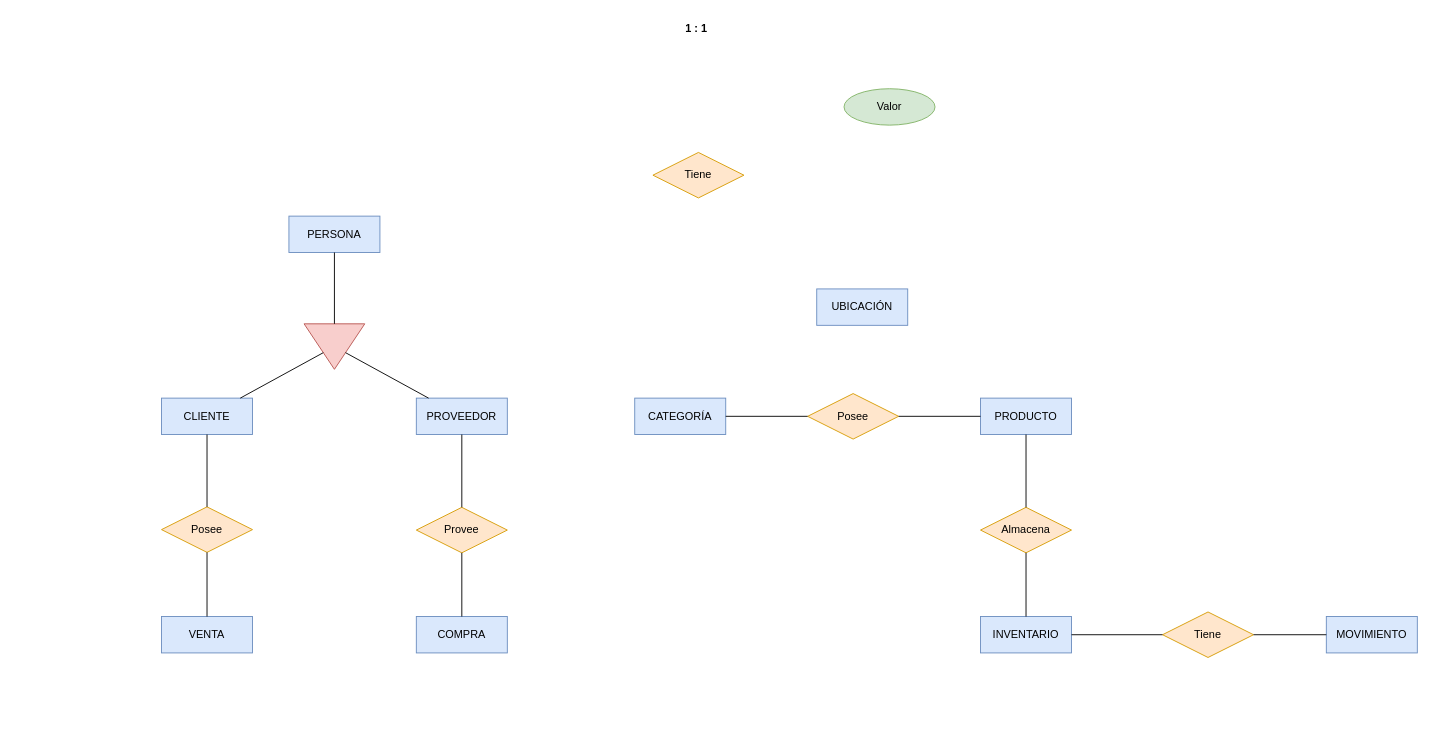
Before: DiagramaERD_Inventario.drawio in AngelDavidStudios/Diagramas_BdD_1, a draw.io diagram. Source tidied: cells renumbered, new cells numbered last; positions are measured from the earlier drawing's top-left corner, leaving out a move shared by most shapes. Both pictures are drawn from the tidied source at 91%, with x=0, y=0 at pixel (161, 15).
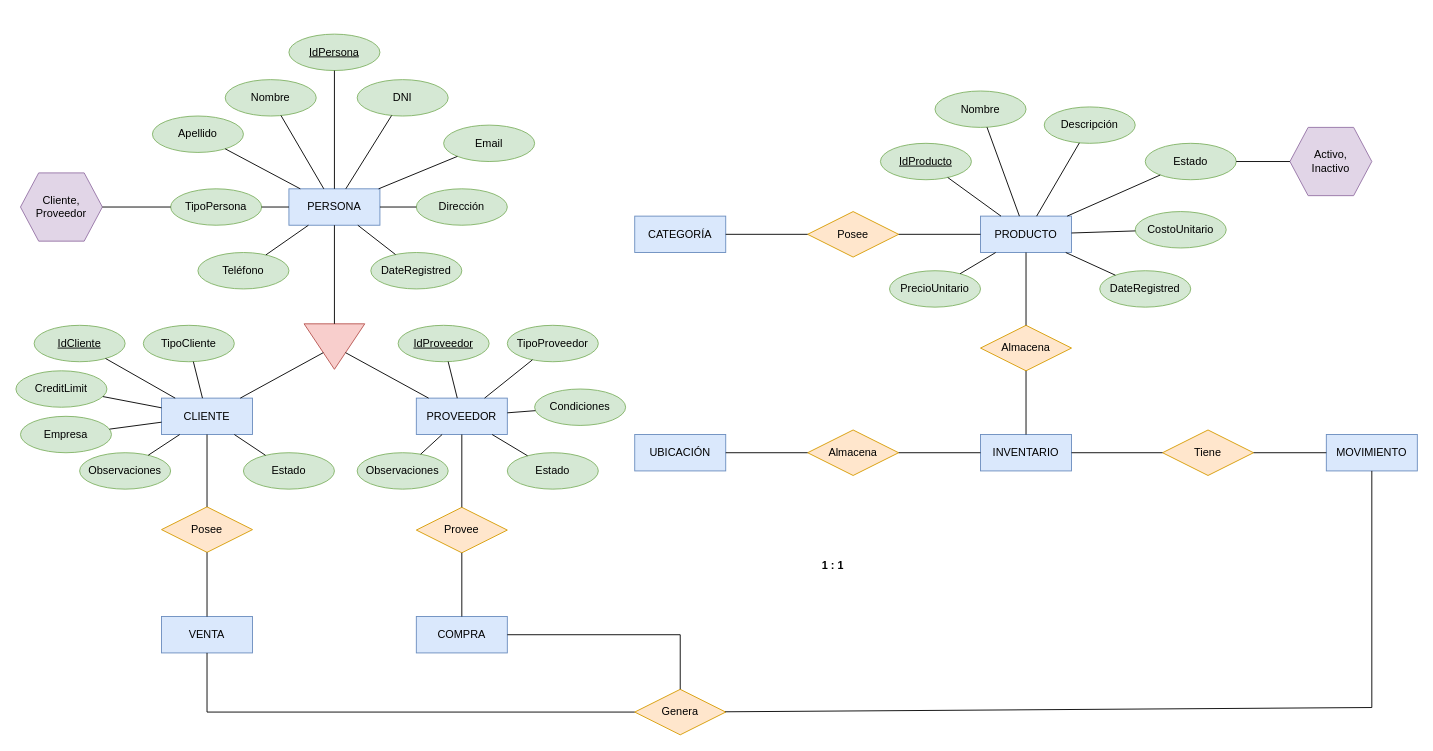
The same page after the edit.

Unchanged cells that the change refers to:
```xml
<mxCell id="6" value="CLIENTE" style="whiteSpace=wrap;html=1;align=center;fillColor=#dae8fc;strokeColor=#6c8ebf;" parent="1" vertex="1">
  <mxGeometry y="420" width="100" height="40" as="geometry" />
</mxCell>
<mxCell id="7" value="PROVEEDOR" style="whiteSpace=wrap;html=1;align=center;fillColor=#dae8fc;strokeColor=#6c8ebf;" parent="1" vertex="1">
  <mxGeometry x="280" y="420" width="100" height="40" as="geometry" />
</mxCell>
<mxCell id="13" value="COMPRA" style="whiteSpace=wrap;html=1;align=center;fillColor=#dae8fc;strokeColor=#6c8ebf;" parent="1" vertex="1">
  <mxGeometry x="280" y="660" width="100" height="40" as="geometry" />
</mxCell>
<mxCell id="14" value="VENTA" style="whiteSpace=wrap;html=1;align=center;fillColor=#dae8fc;strokeColor=#6c8ebf;" parent="1" vertex="1">
  <mxGeometry y="660" width="100" height="40" as="geometry" />
</mxCell>
```

Change to the diagram source:
```diff
@@
     <mxCell id="2" value="PERSONA" style="whiteSpace=wrap;html=1;align=center;fillColor=#dae8fc;strokeColor=#6c8ebf;" parent="1" vertex="1">
-      <mxGeometry x="140" y="220" width="100" height="40" as="geometry" />
+      <mxGeometry x="140" y="190" width="100" height="40" as="geometry" />
     </mxCell>
-    <mxCell id="3" value="Tiene" style="shape=rhombus;perimeter=rhombusPerimeter;whiteSpace=wrap;html=1;align=center;fillColor=#ffe6cc;strokeColor=#d79b00;" parent="1" vertex="1">
-      <mxGeometry x="540" y="150" width="100" height="50" as="geometry" />
+    <mxCell id="3" value="Almacena" style="shape=rhombus;perimeter=rhombusPerimeter;whiteSpace=wrap;html=1;align=center;fillColor=#ffe6cc;strokeColor=#d79b00;" parent="1" vertex="1">
+      <mxGeometry x="710" y="455" width="100" height="50" as="geometry" />
     </mxCell>
     <mxCell id="4" value="&lt;b&gt;1 : 1&lt;/b&gt;" style="text;strokeColor=none;fillColor=none;spacingLeft=4;spacingRight=4;overflow=hidden;fontSize=12;whiteSpace=wrap;html=1;" parent="1" vertex="1">
-      <mxGeometry x="570" width="40" height="30" as="geometry" />
+      <mxGeometry x="720" y="589.5" width="40" height="30" as="geometry" />
     </mxCell>
-    <mxCell id="5" value="Valor" style="ellipse;whiteSpace=wrap;html=1;align=center;fillColor=#d5e8d4;strokeColor=#82b366;" parent="1" vertex="1">
-      <mxGeometry x="750" y="80" width="100" height="40" as="geometry" />
+    <mxCell id="5" value="TipoCliente" style="ellipse;whiteSpace=wrap;html=1;align=center;fillColor=#d5e8d4;strokeColor=#82b366;" parent="1" vertex="1">
+      <mxGeometry x="-20" y="340" width="100" height="40" as="geometry" />
     </mxCell>
@@
     <mxCell id="8" value="PRODUCTO" style="whiteSpace=wrap;html=1;align=center;fillColor=#dae8fc;strokeColor=#6c8ebf;" parent="1" vertex="1">
-      <mxGeometry x="900" y="420" width="100" height="40" as="geometry" />
+      <mxGeometry x="900" y="220" width="100" height="40" as="geometry" />
     </mxCell>
     <mxCell id="9" value="INVENTARIO" style="whiteSpace=wrap;html=1;align=center;fillColor=#dae8fc;strokeColor=#6c8ebf;" parent="1" vertex="1">
-      <mxGeometry x="900" y="660" width="100" height="40" as="geometry" />
+      <mxGeometry x="900" y="460" width="100" height="40" as="geometry" />
     </mxCell>
     <mxCell id="10" value="MOVIMIENTO" style="whiteSpace=wrap;html=1;align=center;fillColor=#dae8fc;strokeColor=#6c8ebf;" parent="1" vertex="1">
-      <mxGeometry x="1280" y="660" width="100" height="40" as="geometry" />
+      <mxGeometry x="1280" y="460" width="100" height="40" as="geometry" />
     </mxCell>
     <mxCell id="11" value="CATEGORÍA" style="whiteSpace=wrap;html=1;align=center;fillColor=#dae8fc;strokeColor=#6c8ebf;" parent="1" vertex="1">
-      <mxGeometry x="520" y="420" width="100" height="40" as="geometry" />
+      <mxGeometry x="520" y="220" width="100" height="40" as="geometry" />
     </mxCell>
     <mxCell id="12" value="UBICACIÓN" style="whiteSpace=wrap;html=1;align=center;fillColor=#dae8fc;strokeColor=#6c8ebf;" parent="1" vertex="1">
-      <mxGeometry x="720" y="300" width="100" height="40" as="geometry" />
+      <mxGeometry x="520" y="460" width="100" height="40" as="geometry" />
     </mxCell>
@@
     <mxCell id="25" value="Posee" style="shape=rhombus;perimeter=rhombusPerimeter;whiteSpace=wrap;html=1;align=center;fillColor=#ffe6cc;strokeColor=#d79b00;" parent="1" vertex="1">
-      <mxGeometry x="710" y="415" width="100" height="50" as="geometry" />
+      <mxGeometry x="710" y="215" width="100" height="50" as="geometry" />
     </mxCell>
@@
     <mxCell id="28" value="Almacena" style="shape=rhombus;perimeter=rhombusPerimeter;whiteSpace=wrap;html=1;align=center;fillColor=#ffe6cc;strokeColor=#d79b00;" parent="1" vertex="1">
-      <mxGeometry x="900" y="540" width="100" height="50" as="geometry" />
+      <mxGeometry x="900" y="340" width="100" height="50" as="geometry" />
     </mxCell>
@@
     <mxCell id="31" value="Tiene" style="shape=rhombus;perimeter=rhombusPerimeter;whiteSpace=wrap;html=1;align=center;fillColor=#ffe6cc;strokeColor=#d79b00;" parent="1" vertex="1">
-      <mxGeometry x="1100" y="655" width="100" height="50" as="geometry" />
+      <mxGeometry x="1100" y="455" width="100" height="50" as="geometry" />
     </mxCell>
@@
+    <mxCell id="34" value="Genera" style="shape=rhombus;perimeter=rhombusPerimeter;whiteSpace=wrap;html=1;align=center;fillColor=#ffe6cc;strokeColor=#d79b00;" parent="1" vertex="1">
+      <mxGeometry x="520" y="740" width="100" height="50" as="geometry" />
+    </mxCell>
+    <mxCell id="35" style="endArrow=none;html=1;rounded=0;" parent="1" edge="1" source="14" target="34">
+      <mxGeometry relative="1" as="geometry">
+        <Array as="points">
+          <mxPoint x="50" y="765" />
+        </Array>
+      </mxGeometry>
+    </mxCell>
+    <mxCell id="36" style="endArrow=none;html=1;rounded=0;" parent="1" edge="1" source="34" target="10">
+      <mxGeometry relative="1" as="geometry">
+        <Array as="points">
+          <mxPoint x="1330" y="760" />
+        </Array>
+      </mxGeometry>
+    </mxCell>
+    <mxCell id="37" style="endArrow=none;html=1;rounded=0;" parent="1" edge="1" source="13" target="34">
+      <mxGeometry relative="1" as="geometry">
+        <Array as="points">
+          <mxPoint x="570" y="680" />
+        </Array>
+      </mxGeometry>
+    </mxCell>
+    <mxCell id="38" style="endArrow=none;html=1;rounded=0;" parent="1" edge="1" source="12" target="3">
+      <mxGeometry relative="1" as="geometry" />
+    </mxCell>
+    <mxCell id="39" style="endArrow=none;html=1;rounded=0;" parent="1" edge="1" source="3" target="9">
+      <mxGeometry relative="1" as="geometry" />
+    </mxCell>
+    <mxCell id="40" value="IdPersona" style="ellipse;whiteSpace=wrap;html=1;align=center;fontStyle=4;fillColor=#d5e8d4;strokeColor=#82b366;" parent="1" vertex="1">
+      <mxGeometry x="140" y="20" width="100" height="40" as="geometry" />
+    </mxCell>
+    <mxCell id="41" value="Nombre" style="ellipse;whiteSpace=wrap;html=1;align=center;fillColor=#d5e8d4;strokeColor=#82b366;" parent="1" vertex="1">
+      <mxGeometry x="70" y="70" width="100" height="40" as="geometry" />
+    </mxCell>
+    <mxCell id="42" value="Apellido" style="ellipse;whiteSpace=wrap;html=1;align=center;fillColor=#d5e8d4;strokeColor=#82b366;" parent="1" vertex="1">
+      <mxGeometry x="-10" y="110" width="100" height="40" as="geometry" />
+    </mxCell>
+    <mxCell id="43" value="DNI" style="ellipse;whiteSpace=wrap;html=1;align=center;fillColor=#d5e8d4;strokeColor=#82b366;" parent="1" vertex="1">
+      <mxGeometry x="215" y="70" width="100" height="40" as="geometry" />
+    </mxCell>
+    <mxCell id="44" value="Email" style="ellipse;whiteSpace=wrap;html=1;align=center;fillColor=#d5e8d4;strokeColor=#82b366;" parent="1" vertex="1">
+      <mxGeometry x="310" y="120" width="100" height="40" as="geometry" />
+    </mxCell>
+    <mxCell id="45" value="Teléfono" style="ellipse;whiteSpace=wrap;html=1;align=center;fillColor=#d5e8d4;strokeColor=#82b366;" parent="1" vertex="1">
+      <mxGeometry x="40" y="260" width="100" height="40" as="geometry" />
+    </mxCell>
+    <mxCell id="46" value="Dirección" style="ellipse;whiteSpace=wrap;html=1;align=center;fillColor=#d5e8d4;strokeColor=#82b366;" parent="1" vertex="1">
+      <mxGeometry x="280" y="190" width="100" height="40" as="geometry" />
+    </mxCell>
+    <mxCell id="47" value="DateRegistred" style="ellipse;whiteSpace=wrap;html=1;align=center;fillColor=#d5e8d4;strokeColor=#82b366;" parent="1" vertex="1">
+      <mxGeometry x="230" y="260" width="100" height="40" as="geometry" />
+    </mxCell>
+    <mxCell id="48" value="TipoPersona" style="ellipse;whiteSpace=wrap;html=1;align=center;fillColor=#d5e8d4;strokeColor=#82b366;" parent="1" vertex="1">
+      <mxGeometry x="10" y="190" width="100" height="40" as="geometry" />
+    </mxCell>
+    <mxCell id="49" style="endArrow=none;html=1;rounded=0;" parent="1" edge="1" source="2" target="40">
+      <mxGeometry relative="1" as="geometry" />
+    </mxCell>
+    <mxCell id="50" style="endArrow=none;html=1;rounded=0;" parent="1" edge="1" source="41" target="2">
+      <mxGeometry relative="1" as="geometry" />
+    </mxCell>
+    <mxCell id="51" style="endArrow=none;html=1;rounded=0;" parent="1" edge="1" source="42" target="2">
+      <mxGeometry relative="1" as="geometry" />
+    </mxCell>
+    <mxCell id="52" style="endArrow=none;html=1;rounded=0;" parent="1" edge="1" source="45" target="2">
+      <mxGeometry relative="1" as="geometry" />
+    </mxCell>
+    <mxCell id="53" style="endArrow=none;html=1;rounded=0;" parent="1" edge="1" source="48" target="2">
+      <mxGeometry relative="1" as="geometry" />
+    </mxCell>
+    <mxCell id="54" style="endArrow=none;html=1;rounded=0;" parent="1" edge="1" source="2" target="43">
+      <mxGeometry relative="1" as="geometry" />
+    </mxCell>
+    <mxCell id="55" style="endArrow=none;html=1;rounded=0;" parent="1" edge="1" source="2" target="44">
+      <mxGeometry relative="1" as="geometry" />
+    </mxCell>
+    <mxCell id="56" style="endArrow=none;html=1;rounded=0;" parent="1" edge="1" source="2" target="46">
+      <mxGeometry relative="1" as="geometry" />
+    </mxCell>
+    <mxCell id="57" style="endArrow=none;html=1;rounded=0;" parent="1" edge="1" source="2" target="47">
+      <mxGeometry relative="1" as="geometry" />
+    </mxCell>
+    <mxCell id="58" value="IdCliente" style="ellipse;whiteSpace=wrap;html=1;align=center;fontStyle=4;fillColor=#d5e8d4;strokeColor=#82b366;" parent="1" vertex="1">
+      <mxGeometry x="-140" y="340" width="100" height="40" as="geometry" />
+    </mxCell>
+    <mxCell id="59" value="Cliente,&lt;div&gt;Proveedor&lt;/div&gt;" style="shape=hexagon;perimeter=hexagonPerimeter2;whiteSpace=wrap;html=1;fixedSize=1;fillColor=#e1d5e7;strokeColor=#9673a6;" parent="1" vertex="1">
+      <mxGeometry x="-155" y="172.5" width="90" height="75" as="geometry" />
+    </mxCell>
+    <mxCell id="60" style="endArrow=none;html=1;rounded=0;" parent="1" edge="1" source="59" target="48">
+      <mxGeometry relative="1" as="geometry" />
+    </mxCell>
+    <mxCell id="61" value="CreditLimit" style="ellipse;whiteSpace=wrap;html=1;align=center;fillColor=#d5e8d4;strokeColor=#82b366;" parent="1" vertex="1">
+      <mxGeometry x="-160" y="390" width="100" height="40" as="geometry" />
+    </mxCell>
+    <mxCell id="62" value="Empresa" style="ellipse;whiteSpace=wrap;html=1;align=center;fillColor=#d5e8d4;strokeColor=#82b366;" parent="1" vertex="1">
+      <mxGeometry x="-155" y="440" width="100" height="40" as="geometry" />
+    </mxCell>
+    <mxCell id="63" style="endArrow=none;html=1;rounded=0;" parent="1" edge="1" source="5" target="6">
+      <mxGeometry relative="1" as="geometry" />
+    </mxCell>
+    <mxCell id="64" style="endArrow=none;html=1;rounded=0;" parent="1" edge="1" source="58" target="6">
+      <mxGeometry relative="1" as="geometry" />
+    </mxCell>
+    <mxCell id="65" style="endArrow=none;html=1;rounded=0;" parent="1" edge="1" source="61" target="6">
+      <mxGeometry relative="1" as="geometry" />
+    </mxCell>
+    <mxCell id="66" style="endArrow=none;html=1;rounded=0;" parent="1" edge="1" source="62" target="6">
+      <mxGeometry relative="1" as="geometry" />
+    </mxCell>
+    <mxCell id="67" value="Estado" style="ellipse;whiteSpace=wrap;html=1;align=center;fillColor=#d5e8d4;strokeColor=#82b366;" parent="1" vertex="1">
+      <mxGeometry x="90" y="480" width="100" height="40" as="geometry" />
+    </mxCell>
+    <mxCell id="68" style="endArrow=none;html=1;rounded=0;" parent="1" edge="1" source="6" target="67">
+      <mxGeometry relative="1" as="geometry" />
+    </mxCell>
+    <mxCell id="69" value="Observaciones" style="ellipse;whiteSpace=wrap;html=1;align=center;fillColor=#d5e8d4;strokeColor=#82b366;" parent="1" vertex="1">
+      <mxGeometry x="-90" y="480" width="100" height="40" as="geometry" />
+    </mxCell>
+    <mxCell id="70" style="endArrow=none;html=1;rounded=0;" parent="1" edge="1" source="69" target="6">
+      <mxGeometry relative="1" as="geometry" />
+    </mxCell>
+    <mxCell id="71" value="IdProveedor" style="ellipse;whiteSpace=wrap;html=1;align=center;fontStyle=4;fillColor=#d5e8d4;strokeColor=#82b366;" parent="1" vertex="1">
+      <mxGeometry x="260" y="340" width="100" height="40" as="geometry" />
+    </mxCell>
+    <mxCell id="72" value="TipoProveedor" style="ellipse;whiteSpace=wrap;html=1;align=center;fillColor=#d5e8d4;strokeColor=#82b366;" parent="1" vertex="1">
+      <mxGeometry x="380" y="340" width="100" height="40" as="geometry" />
+    </mxCell>
+    <mxCell id="73" value="Condiciones" style="ellipse;whiteSpace=wrap;html=1;align=center;fillColor=#d5e8d4;strokeColor=#82b366;" parent="1" vertex="1">
+      <mxGeometry x="410" y="410" width="100" height="40" as="geometry" />
+    </mxCell>
+    <mxCell id="74" value="Estado" style="ellipse;whiteSpace=wrap;html=1;align=center;fillColor=#d5e8d4;strokeColor=#82b366;" parent="1" vertex="1">
+      <mxGeometry x="380" y="480" width="100" height="40" as="geometry" />
+    </mxCell>
+    <mxCell id="75" value="Observaciones" style="ellipse;whiteSpace=wrap;html=1;align=center;fillColor=#d5e8d4;strokeColor=#82b366;" parent="1" vertex="1">
+      <mxGeometry x="215" y="480" width="100" height="40" as="geometry" />
+    </mxCell>
+    <mxCell id="76" style="endArrow=none;html=1;rounded=0;" parent="1" edge="1" source="75" target="7">
+      <mxGeometry relative="1" as="geometry" />
+    </mxCell>
+    <mxCell id="77" style="endArrow=none;html=1;rounded=0;" parent="1" edge="1" source="7" target="74">
+      <mxGeometry relative="1" as="geometry" />
+    </mxCell>
+    <mxCell id="78" style="endArrow=none;html=1;rounded=0;" parent="1" edge="1" source="7" target="71">
+      <mxGeometry relative="1" as="geometry" />
+    </mxCell>
+    <mxCell id="79" style="endArrow=none;html=1;rounded=0;" parent="1" edge="1" source="7" target="72">
+      <mxGeometry relative="1" as="geometry" />
+    </mxCell>
+    <mxCell id="80" style="endArrow=none;html=1;rounded=0;" parent="1" edge="1" source="7" target="73">
+      <mxGeometry relative="1" as="geometry" />
+    </mxCell>
+    <mxCell id="81" value="IdProducto" style="ellipse;whiteSpace=wrap;html=1;align=center;fontStyle=4;fillColor=#d5e8d4;strokeColor=#82b366;" parent="1" vertex="1">
+      <mxGeometry x="790" y="140" width="100" height="40" as="geometry" />
+    </mxCell>
+    <mxCell id="82" value="Nombre" style="ellipse;whiteSpace=wrap;html=1;align=center;fillColor=#d5e8d4;strokeColor=#82b366;" parent="1" vertex="1">
+      <mxGeometry x="850" y="82.5" width="100" height="40" as="geometry" />
+    </mxCell>
+    <mxCell id="83" value="Descripción" style="ellipse;whiteSpace=wrap;html=1;align=center;fillColor=#d5e8d4;strokeColor=#82b366;" parent="1" vertex="1">
+      <mxGeometry x="970" y="100" width="100" height="40" as="geometry" />
+    </mxCell>
+    <mxCell id="84" value="PrecioUnitario" style="ellipse;whiteSpace=wrap;html=1;align=center;fillColor=#d5e8d4;strokeColor=#82b366;" parent="1" vertex="1">
+      <mxGeometry x="800" y="280" width="100" height="40" as="geometry" />
+    </mxCell>
+    <mxCell id="85" value="CostoUnitario" style="ellipse;whiteSpace=wrap;html=1;align=center;fillColor=#d5e8d4;strokeColor=#82b366;" parent="1" vertex="1">
+      <mxGeometry x="1070" y="215" width="100" height="40" as="geometry" />
+    </mxCell>
+    <mxCell id="86" value="DateRegistred" style="ellipse;whiteSpace=wrap;html=1;align=center;fillColor=#d5e8d4;strokeColor=#82b366;" parent="1" vertex="1">
+      <mxGeometry x="1031" y="280" width="100" height="40" as="geometry" />
+    </mxCell>
+    <mxCell id="87" style="endArrow=none;html=1;rounded=0;" parent="1" edge="1" source="81" target="8">
+      <mxGeometry relative="1" as="geometry" />
+    </mxCell>
+    <mxCell id="88" style="endArrow=none;html=1;rounded=0;" parent="1" edge="1" source="82" target="8">
+      <mxGeometry relative="1" as="geometry" />
+    </mxCell>
+    <mxCell id="89" value="Estado" style="ellipse;whiteSpace=wrap;html=1;align=center;fillColor=#d5e8d4;strokeColor=#82b366;" parent="1" vertex="1">
+      <mxGeometry x="1081" y="140" width="100" height="40" as="geometry" />
+    </mxCell>
+    <mxCell id="90" value="Activo,&lt;div&gt;Inactivo&lt;/div&gt;" style="shape=hexagon;perimeter=hexagonPerimeter2;whiteSpace=wrap;html=1;fixedSize=1;fillColor=#e1d5e7;strokeColor=#9673a6;" parent="1" vertex="1">
+      <mxGeometry x="1240" y="122.5" width="90" height="75" as="geometry" />
+    </mxCell>
+    <mxCell id="91" style="endArrow=none;html=1;rounded=0;" parent="1" edge="1" source="84" target="8">
+      <mxGeometry relative="1" as="geometry" />
+    </mxCell>
+    <mxCell id="92" style="endArrow=none;html=1;rounded=0;" parent="1" edge="1" source="8" target="83">
+      <mxGeometry relative="1" as="geometry" />
+    </mxCell>
+    <mxCell id="93" style="endArrow=none;html=1;rounded=0;" parent="1" edge="1" source="8" target="89">
+      <mxGeometry relative="1" as="geometry" />
+    </mxCell>
+    <mxCell id="94" style="endArrow=none;html=1;rounded=0;" parent="1" edge="1" source="85" target="8">
+      <mxGeometry relative="1" as="geometry" />
+    </mxCell>
+    <mxCell id="95" style="endArrow=none;html=1;rounded=0;" parent="1" edge="1" source="86" target="8">
+      <mxGeometry relative="1" as="geometry" />
+    </mxCell>
+    <mxCell id="96" style="endArrow=none;html=1;rounded=0;" parent="1" edge="1" source="89" target="90">
+      <mxGeometry relative="1" as="geometry" />
+    </mxCell>
```
